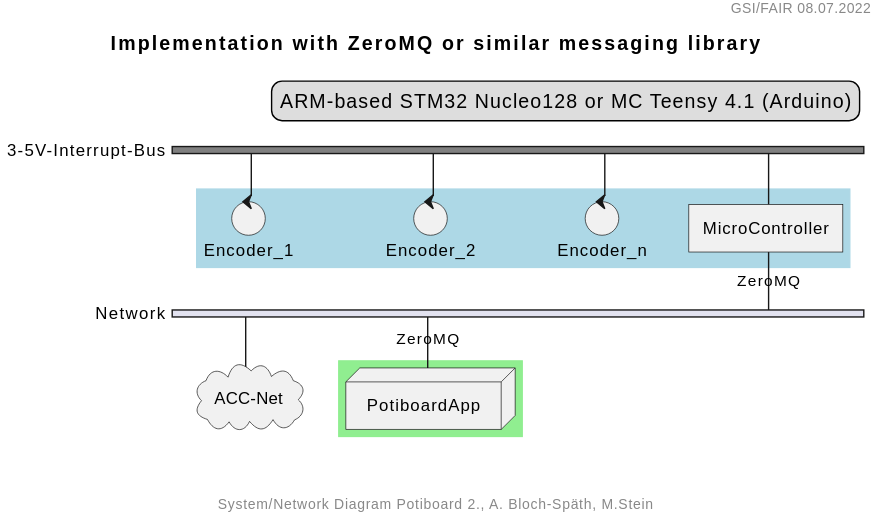
steinmartin/encoder-positions-docs keeps this PlantUML diagram as evaluation/common/img/potiboard_network_02.svg. Above is the earlier version. Its diagram source:
```plantuml
@startuml

header GSI/FAIR 08.07.2022
footer System/Network Diagram Potiboard 2., A. Bloch-Späth, M.Stein
title Implementation with ZeroMQ or similar messaging library

 legend top right
   ARM-based STM32 Nucleo128 or MC Teensy 4.1 (Arduino)
 endlegend

nwdiag {
  network 3-5V-Interrupt-Bus {
    group {
      color = "lightblue";
       Encoder_1;
       Encoder_2;
       Encoder_n;
       MicroController;
    }

    color = "gray"
    Encoder_1 [shape = control];
    Encoder_2 [shape = control];
    Encoder_n [shape = control];
    MicroController [shape = component];
  }

  network Network {
    ACC-Net [shape = cloud];
    PotiboardApp [shape = node, address = ZeroMQ];
    MicroController [address = ZeroMQ];
    group {
      color = "lightgreen";
      PotiboardApp;
    }
  }
}
@enduml
```
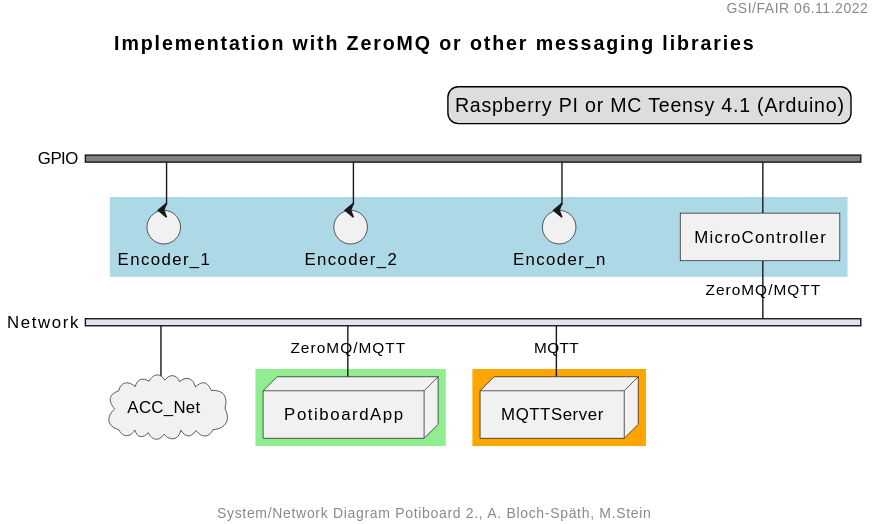
The same file after the commit.

What changed in the source:
```diff
@@ -1,15 +1,15 @@
 @startuml
 
-header GSI/FAIR 08.07.2022
+header GSI/FAIR 06.11.2022
 footer System/Network Diagram Potiboard 2., A. Bloch-Späth, M.Stein
-title Implementation with ZeroMQ or similar messaging library
+title Implementation with ZeroMQ or other messaging libraries
 
  legend top right
-   ARM-based STM32 Nucleo128 or MC Teensy 4.1 (Arduino)
+   Raspberry PI or MC Teensy 4.1 (Arduino)
  endlegend
 
 nwdiag {
-  network 3-5V-Interrupt-Bus {
+  network GPIO {
     group {
       color = "lightblue";
        Encoder_1;
@@ -26,13 +26,18 @@
   }
 
   network Network {
-    ACC-Net [shape = cloud];
-    PotiboardApp [shape = node, address = ZeroMQ];
-    MicroController [address = ZeroMQ];
     group {
       color = "lightgreen";
       PotiboardApp;
     }
+    group {
+      color = "orange";
+      MQTTServer;
+    }
+  ACC_Net [shape = cloud];
+      PotiboardApp [shape = node, address = ZeroMQ/MQTT];
+      MQTTServer [shape = node, address = MQTT];
+      MicroController [address = ZeroMQ/MQTT];
   }
 }
 @enduml
```
